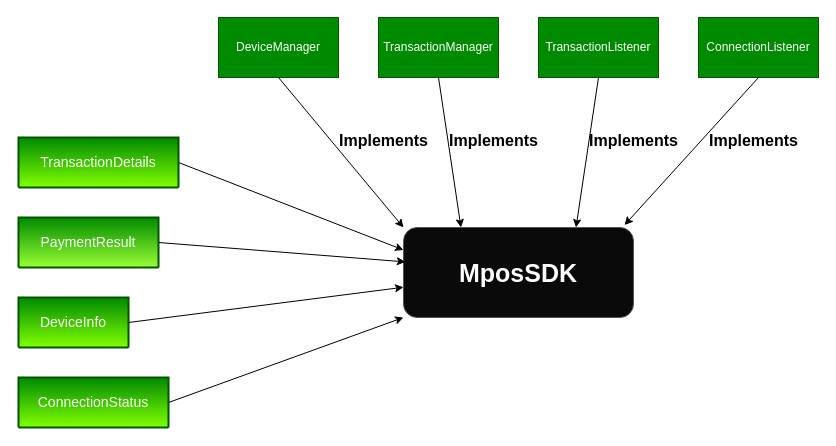
Earlier version of the draw.io diagram Untitled Diagram.drawio (renukanandatd/renukanandatd). Source tidied: cells renumbered, new cells numbered last; positions are measured from the earlier drawing's top-left corner, leaving out a move shared by most shapes. Both pictures are drawn from the tidied source at 100%, with x=0, y=0 at pixel (18, 17).
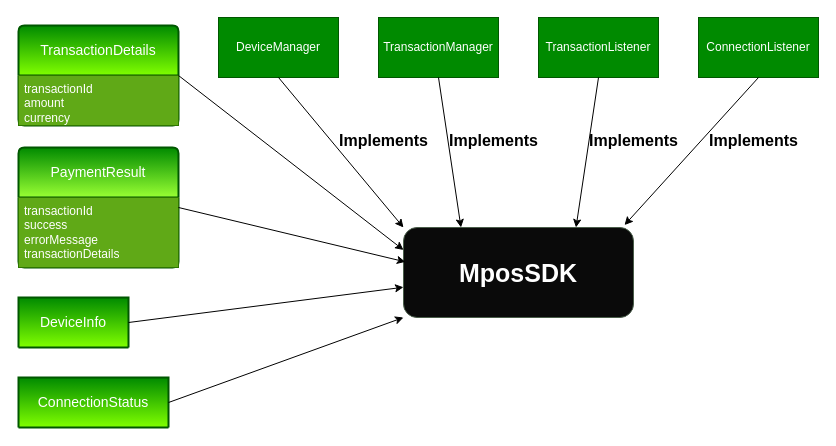
After the change.

Diff of the diagram source:
```diff
@@
-    <mxCell id="2" value="TransactionDetails" style="swimlane;horizontal=1;startSize=50;rounded=1;fontSize=14;fontStyle=0;strokeWidth=2;shadow=0;dashed=0;align=center;arcSize=4;whiteSpace=wrap;html=1;fillColor=#008a00;fontColor=#ffffff;strokeColor=#005700;swimlaneFillColor=default;gradientColor=#80FF00;" parent="1" vertex="1" collapsed="1">
-      <mxGeometry y="120" width="160" height="50" as="geometry" />
+    <mxCell id="2" value="TransactionDetails" style="swimlane;horizontal=1;startSize=50;rounded=1;fontSize=14;fontStyle=0;strokeWidth=2;shadow=0;dashed=0;align=center;arcSize=4;whiteSpace=wrap;html=1;fillColor=#008a00;fontColor=#ffffff;strokeColor=#005700;swimlaneFillColor=default;gradientColor=#80FF00;" parent="1" vertex="1">
+      <mxGeometry y="8" width="160" height="100" as="geometry" />
     </mxCell>
+    <mxCell id="23" value="transactionId&lt;br&gt;amount&lt;br&gt;currency" style="align=left;strokeColor=#2D7600;fillColor=#60a917;spacingLeft=4;fontSize=12;verticalAlign=top;html=1;fontColor=#ffffff;" parent="2" vertex="1">
+      <mxGeometry y="50" width="160" height="50" as="geometry" />
+    </mxCell>
@@
-    <mxCell id="5" value="PaymentResult" style="swimlane;horizontal=1;startSize=50;rounded=1;fontSize=14;fontStyle=0;strokeWidth=2;shadow=0;dashed=0;align=center;arcSize=4;whiteSpace=wrap;html=1;fillColor=#008a00;fontColor=#ffffff;strokeColor=#005700;gradientColor=#99FF33;" parent="1" vertex="1" collapsed="1">
-      <mxGeometry y="200" width="140" height="50" as="geometry" />
+    <mxCell id="5" value="PaymentResult" style="swimlane;horizontal=1;startSize=50;rounded=1;fontSize=14;fontStyle=0;strokeWidth=2;shadow=0;dashed=0;align=center;arcSize=4;whiteSpace=wrap;html=1;fillColor=#008a00;fontColor=#ffffff;strokeColor=#005700;gradientColor=#99FF33;" parent="1" vertex="1">
+      <mxGeometry y="130" width="160" height="120" as="geometry" />
     </mxCell>
+    <mxCell id="24" value="transactionId&lt;br&gt;success&lt;br&gt;errorMessage&lt;br&gt;transactionDetails" style="align=left;strokeColor=#2D7600;fillColor=#60a917;spacingLeft=4;fontSize=12;verticalAlign=top;html=1;fontColor=#ffffff;" parent="5" vertex="1">
+      <mxGeometry y="50" width="160" height="70" as="geometry" />
+    </mxCell>
```
